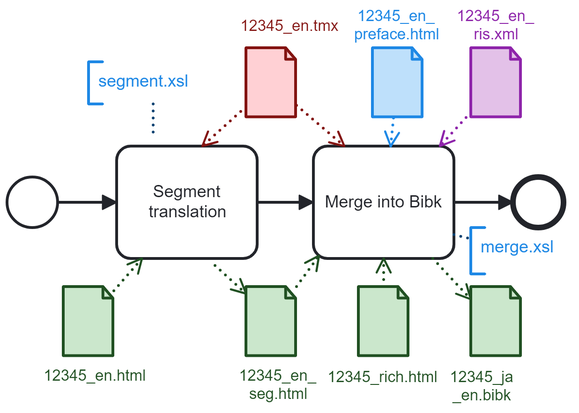
japotrad/blue-sora keeps this BPMN diagram as 4-Merge.png. Above is the earlier version. Its source is kept beside it as 4-Merge.bpmn. Ids are renumbered.
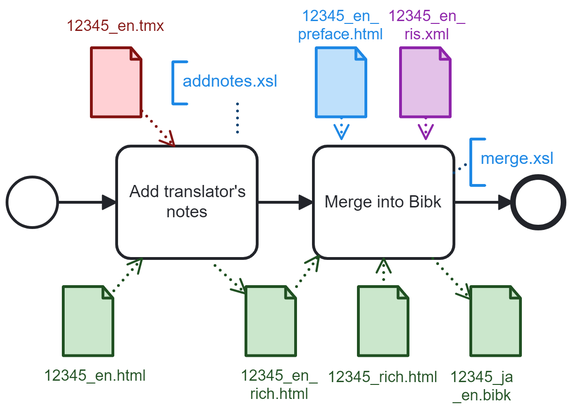
After the change.

Diff of the diagram source:
```diff
@@ -2,7 +2,7 @@
   <bpmn:process id="buildDbk" name="buildDbk" isExecutable="true">
     <bpmn:dataObjectReference id="DataObjectReference_n2" name="12345_en_&#10;preface.html" dataObjectRef="DataObject_n3" />
     <bpmn:dataObjectReference id="DataObjectReference_n4" name="12345_en_&#10;ris.xml" dataObjectRef="DataObject_n5" />
-    <bpmn:dataObjectReference id="DataObjectReference_n6" name="12345_en_&#10;seg.html" dataObjectRef="DataObject_n7" />
+    <bpmn:dataObjectReference id="DataObjectReference_n6" name="12345_en_&#10;rich.html" dataObjectRef="DataObject_n7" />
     <bpmn:dataObjectReference id="DataObjectReference_n8" name="12345_en.html" dataObjectRef="DataObject_n9" />
     <bpmn:dataObjectReference id="DataObjectReference_n10" name="12345_en.tmx" dataObjectRef="DataObject_n11" />
     <bpmn:dataObjectReference id="DataObjectReference_n12" name="12345_ja&#10;_en.bibk" dataObjectRef="DataObject_n13" />
@@ -36,10 +36,6 @@
         <bpmn:sourceRef>DataObjectReference_n14</bpmn:sourceRef>
         <bpmn:targetRef>Property_n22</bpmn:targetRef>
       </bpmn:dataInputAssociation>
-      <bpmn:dataInputAssociation id="DataInputAssociation_n26">
-        <bpmn:sourceRef>DataObjectReference_n10</bpmn:sourceRef>
-        <bpmn:targetRef>Property_n22</bpmn:targetRef>
-      </bpmn:dataInputAssociation>
       <bpmn:dataInputAssociation id="DataInputAssociation_n27">
         <bpmn:sourceRef>DataObjectReference_n6</bpmn:sourceRef>
         <bpmn:targetRef>Property_n22</bpmn:targetRef>
@@ -48,7 +44,7 @@
         <bpmn:targetRef>DataObjectReference_n12</bpmn:targetRef>
       </bpmn:dataOutputAssociation>
     </bpmn:task>
-    <bpmn:task id="Activity_n19" name="Segment translation">
+    <bpmn:task id="Activity_n19" name="Add translator&#39;s notes">
       <bpmn:incoming>Flow_n18</bpmn:incoming>
       <bpmn:outgoing>Flow_n21</bpmn:outgoing>
       <bpmn:property id="Property_n29" name="__targetRef_placeholder" />
@@ -72,16 +68,34 @@
       <bpmn:text>merge.xsl</bpmn:text>
     </bpmn:textAnnotation>
     <bpmn:textAnnotation id="TextAnnotation_n35">
-      <bpmn:text>segment.xsl</bpmn:text>
+      <bpmn:text>addnotes.xsl</bpmn:text>
     </bpmn:textAnnotation>
     <bpmn:association id="Association_n36" associationDirection="None" sourceRef="TextAnnotation_n35" targetRef="Activity_n19" />
   </bpmn:process>
   <bpmndi:BPMNDiagram id="BPMNDiagram_1">
     <bpmndi:BPMNPlane id="BPMNPlane_1" bpmnElement="buildDbk">
+      <bpmndi:BPMNShape id="BPMNShape_n40" bpmnElement="DataObjectReference_n6" bioc:stroke="#205022" bioc:fill="#c8e6c9" color:background-color="#c8e6c9" color:border-color="#205022">
+        <dc:Bounds x="322" y="295" width="36" height="50" />
+        <bpmndi:BPMNLabel color:color="#205022">
+          <dc:Bounds x="318" y="352" width="56" height="27" />
+        </bpmndi:BPMNLabel>
+      </bpmndi:BPMNShape>
+      <bpmndi:BPMNShape id="BPMNShape_n38" bpmnElement="DataObjectReference_n8" bioc:stroke="#205022" bioc:fill="#c8e6c9" color:background-color="#c8e6c9" color:border-color="#205022">
+        <dc:Bounds x="192" y="295" width="36" height="50" />
+        <bpmndi:BPMNLabel color:color="#205022">
+          <dc:Bounds x="178" y="352" width="74" height="14" />
+        </bpmndi:BPMNLabel>
+      </bpmndi:BPMNShape>
       <bpmndi:BPMNShape id="BPMNShape_n37" bpmnElement="DataObjectReference_n12" bioc:stroke="#205022" bioc:fill="#c8e6c9" color:background-color="#c8e6c9" color:border-color="#205022">
         <dc:Bounds x="482" y="295" width="36" height="50" />
         <bpmndi:BPMNLabel color:color="#205022">
           <dc:Bounds x="467" y="353" width="46" height="27" />
+        </bpmndi:BPMNLabel>
+      </bpmndi:BPMNShape>
+      <bpmndi:BPMNShape id="DataObjectReference_n14_di" bpmnElement="DataObjectReference_n14" bioc:stroke="#205022" bioc:fill="#c8e6c9" color:background-color="#c8e6c9" color:border-color="#205022">
+        <dc:Bounds x="402" y="295" width="36" height="50" />
+        <bpmndi:BPMNLabel color:color="#205022">
+          <dc:Bounds x="380" y="353" width="79" height="14" />
         </bpmndi:BPMNLabel>
       </bpmndi:BPMNShape>
       <bpmndi:BPMNShape id="Event_n16_di" bpmnElement="Event_n16">
@@ -98,104 +112,82 @@
       <bpmndi:BPMNShape id="_BPMNShape_StartEvent_2" bpmnElement="StartEvent_1">
         <dc:Bounds x="152" y="217" width="36" height="36" />
       </bpmndi:BPMNShape>
-      <bpmndi:BPMNShape id="BPMNShape_n38" bpmnElement="DataObjectReference_n8" bioc:stroke="#205022" bioc:fill="#c8e6c9" color:background-color="#c8e6c9" color:border-color="#205022">
-        <dc:Bounds x="192" y="295" width="36" height="50" />
-        <bpmndi:BPMNLabel color:color="#205022">
-          <dc:Bounds x="178" y="352" width="74" height="14" />
-        </bpmndi:BPMNLabel>
-      </bpmndi:BPMNShape>
-      <bpmndi:BPMNShape id="DataObjectReference_n14_di" bpmnElement="DataObjectReference_n14" bioc:stroke="#205022" bioc:fill="#c8e6c9" color:background-color="#c8e6c9" color:border-color="#205022">
-        <dc:Bounds x="402" y="295" width="36" height="50" />
-        <bpmndi:BPMNLabel color:color="#205022">
-          <dc:Bounds x="380" y="353" width="79" height="14" />
+      <bpmndi:BPMNShape id="BPMNShape_n39" bpmnElement="DataObjectReference_n10" bioc:stroke="#831311" bioc:fill="#ffcdd2" color:background-color="#ffcdd2" color:border-color="#831311">
+        <dc:Bounds x="212" y="125" width="36" height="50" />
+        <bpmndi:BPMNLabel>
+          <dc:Bounds x="194" y="103" width="71" height="14" />
         </bpmndi:BPMNLabel>
       </bpmndi:BPMNShape>
       <bpmndi:BPMNShape id="DataObjectReference_n4_di" bpmnElement="DataObjectReference_n4" bioc:stroke="#8e24aa" bioc:fill="#e1bee7" color:background-color="#e1bee7" color:border-color="#8e24aa">
-        <dc:Bounds x="482" y="125" width="36" height="50" />
+        <dc:Bounds x="432" y="125" width="36" height="50" />
         <bpmndi:BPMNLabel color:color="#8e24aa">
-          <dc:Bounds x="472" y="96" width="57" height="27" />
-        </bpmndi:BPMNLabel>
-      </bpmndi:BPMNShape>
-      <bpmndi:BPMNShape id="BPMNShape_n39" bpmnElement="DataObjectReference_n10" bioc:stroke="#831311" bioc:fill="#ffcdd2" color:background-color="#ffcdd2" color:border-color="#831311">
-        <dc:Bounds x="322" y="125" width="36" height="50" />
-        <bpmndi:BPMNLabel>
-          <dc:Bounds x="318" y="103" width="71" height="14" />
-        </bpmndi:BPMNLabel>
-      </bpmndi:BPMNShape>
-      <bpmndi:BPMNShape id="BPMNShape_n40" bpmnElement="DataObjectReference_n6" bioc:stroke="#205022" bioc:fill="#c8e6c9" color:background-color="#c8e6c9" color:border-color="#205022">
-        <dc:Bounds x="322" y="295" width="36" height="50" />
-        <bpmndi:BPMNLabel color:color="#205022">
-          <dc:Bounds x="317" y="352" width="57" height="27" />
+          <dc:Bounds x="423" y="96" width="56" height="27" />
         </bpmndi:BPMNLabel>
       </bpmndi:BPMNShape>
       <bpmndi:BPMNShape id="DataObjectReference_n2_di" bpmnElement="DataObjectReference_n2" bioc:stroke="#1e88e5" bioc:fill="#bbdefb" color:background-color="#bbdefb" color:border-color="#1e88e5">
-        <dc:Bounds x="412" y="125" width="36" height="50" />
+        <dc:Bounds x="372" y="125" width="36" height="50" />
         <bpmndi:BPMNLabel color:color="#1e88e5">
-          <dc:Bounds x="399" y="96" width="61" height="27" />
+          <dc:Bounds x="359" y="96" width="62" height="27" />
         </bpmndi:BPMNLabel>
       </bpmndi:BPMNShape>
       <bpmndi:BPMNEdge id="Association_n36_di" bpmnElement="Association_n36" bioc:stroke="#0d4372" color:border-color="#0d4372">
-        <di:waypoint x="256" y="165" />
-        <di:waypoint x="256" y="190" />
+        <di:waypoint x="316" y="165" />
+        <di:waypoint x="316" y="190" />
       </bpmndi:BPMNEdge>
-      <bpmndi:BPMNShape id="TextAnnotation_n34_di" bpmnElement="TextAnnotation_n34" bioc:stroke="#1e88e5" bioc:fill="#bbdefb" color:background-color="#bbdefb" color:border-color="#1e88e5">
-        <dc:Bounds x="482" y="253" width="72" height="33" />
-        <bpmndi:BPMNLabel />
-      </bpmndi:BPMNShape>
+      <bpmndi:BPMNEdge id="Association_n33_di" bpmnElement="Association_n33" bioc:stroke="#0d4372" color:border-color="#0d4372">
+        <di:waypoint x="470" y="214" />
+        <di:waypoint x="480" y="207" />
+      </bpmndi:BPMNEdge>
+      <bpmndi:BPMNEdge id="Flow_n18_di" bpmnElement="Flow_n18">
+        <di:waypoint x="188" y="235" />
+        <di:waypoint x="230" y="235" />
+      </bpmndi:BPMNEdge>
       <bpmndi:BPMNEdge id="Flow_n17_di" bpmnElement="Flow_n17">
         <di:waypoint x="470" y="235" />
         <di:waypoint x="512" y="235" />
       </bpmndi:BPMNEdge>
+      <bpmndi:BPMNEdge id="Flow_n21_di" bpmnElement="Flow_n21">
+        <di:waypoint x="330" y="235" />
+        <di:waypoint x="370" y="235" />
+      </bpmndi:BPMNEdge>
       <bpmndi:BPMNEdge id="DataInputAssociation_n23_di" bpmnElement="DataInputAssociation_n23" bioc:stroke="#1e88e5" color:border-color="#1e88e5">
-        <di:waypoint x="427" y="175" />
-        <di:waypoint x="425" y="195" />
+        <di:waypoint x="390" y="175" />
+        <di:waypoint x="390" y="190" />
       </bpmndi:BPMNEdge>
       <bpmndi:BPMNEdge id="DataInputAssociation_n24_di" bpmnElement="DataInputAssociation_n24" bioc:stroke="#8e24aa" color:border-color="#8e24aa">
-        <di:waypoint x="482" y="171" />
-        <di:waypoint x="460" y="195" />
+        <di:waypoint x="450" y="175" />
+        <di:waypoint x="450" y="190" />
       </bpmndi:BPMNEdge>
       <bpmndi:BPMNEdge id="DataInputAssociation_n25_di" bpmnElement="DataInputAssociation_n25" bioc:stroke="#205022" color:border-color="#205022">
         <di:waypoint x="420" y="295" />
         <di:waypoint x="420" y="275" />
       </bpmndi:BPMNEdge>
-      <bpmndi:BPMNEdge id="DataInputAssociation_n31_di" bpmnElement="DataInputAssociation_n31" bioc:stroke="#205022" color:border-color="#205022">
-        <di:waypoint x="228" y="298" />
-        <di:waypoint x="248" y="275" />
-      </bpmndi:BPMNEdge>
-      <bpmndi:BPMNEdge id="DataInputAssociation_n26_di" bpmnElement="DataInputAssociation_n26" bioc:stroke="#831311" color:border-color="#831311">
-        <di:waypoint x="358" y="166" />
-        <di:waypoint x="392" y="195" />
+      <bpmndi:BPMNEdge id="DataInputAssociation_n27_di" bpmnElement="DataInputAssociation_n27" bioc:stroke="#205022" color:border-color="#205022">
+        <di:waypoint x="358" y="295" />
+        <di:waypoint x="374" y="273" />
       </bpmndi:BPMNEdge>
       <bpmndi:BPMNEdge id="DataOutputAssociation_n28_di" bpmnElement="DataOutputAssociation_n28" bioc:stroke="#205022" color:border-color="#205022">
         <di:waypoint x="455" y="275" />
         <di:waypoint x="482" y="304" />
       </bpmndi:BPMNEdge>
-      <bpmndi:BPMNEdge id="Association_n33_di" bpmnElement="Association_n33" bioc:stroke="#0d4372" color:border-color="#0d4372">
-        <di:waypoint x="470" y="258" />
-        <di:waypoint x="482" y="261" />
+      <bpmndi:BPMNEdge id="DataInputAssociation_n30_di" bpmnElement="DataInputAssociation_n30" bioc:stroke="#831311" color:border-color="#831311">
+        <di:waypoint x="248" y="170" />
+        <di:waypoint x="271" y="195" />
       </bpmndi:BPMNEdge>
-      <bpmndi:BPMNEdge id="Flow_n18_di" bpmnElement="Flow_n18">
-        <di:waypoint x="188" y="235" />
-        <di:waypoint x="230" y="235" />
-      </bpmndi:BPMNEdge>
-      <bpmndi:BPMNEdge id="Flow_n21_di" bpmnElement="Flow_n21">
-        <di:waypoint x="330" y="235" />
-        <di:waypoint x="370" y="235" />
-      </bpmndi:BPMNEdge>
-      <bpmndi:BPMNEdge id="DataInputAssociation_n27_di" bpmnElement="DataInputAssociation_n27" bioc:stroke="#205022" color:border-color="#205022">
-        <di:waypoint x="358" y="295" />
-        <di:waypoint x="374" y="273" />
+      <bpmndi:BPMNEdge id="DataInputAssociation_n31_di" bpmnElement="DataInputAssociation_n31" bioc:stroke="#205022" color:border-color="#205022">
+        <di:waypoint x="228" y="298" />
+        <di:waypoint x="248" y="275" />
       </bpmndi:BPMNEdge>
       <bpmndi:BPMNEdge id="DataOutputAssociation_n32_di" bpmnElement="DataOutputAssociation_n32" bioc:stroke="#205022" color:border-color="#205022">
         <di:waypoint x="300" y="280" />
         <di:waypoint x="322" y="300" />
       </bpmndi:BPMNEdge>
-      <bpmndi:BPMNEdge id="DataInputAssociation_n30_di" bpmnElement="DataInputAssociation_n30" bioc:stroke="#831311" color:border-color="#831311">
-        <di:waypoint x="322" y="167" />
-        <di:waypoint x="291" y="195" />
-      </bpmndi:BPMNEdge>
       <bpmndi:BPMNShape id="BPMNShape_n41" bpmnElement="TextAnnotation_n35" bioc:stroke="#1e88e5" bioc:fill="#bbdefb" color:background-color="#bbdefb" color:border-color="#1e88e5">
-        <dc:Bounds x="210" y="135" width="92" height="30" />
+        <dc:Bounds x="270" y="135" width="92" height="30" />
+        <bpmndi:BPMNLabel />
+      </bpmndi:BPMNShape>
+      <bpmndi:BPMNShape id="TextAnnotation_n34_di" bpmnElement="TextAnnotation_n34" bioc:stroke="#1e88e5" bioc:fill="#bbdefb" color:background-color="#bbdefb" color:border-color="#1e88e5">
+        <dc:Bounds x="482" y="190" width="72" height="33" />
         <bpmndi:BPMNLabel />
       </bpmndi:BPMNShape>
     </bpmndi:BPMNPlane>
```
